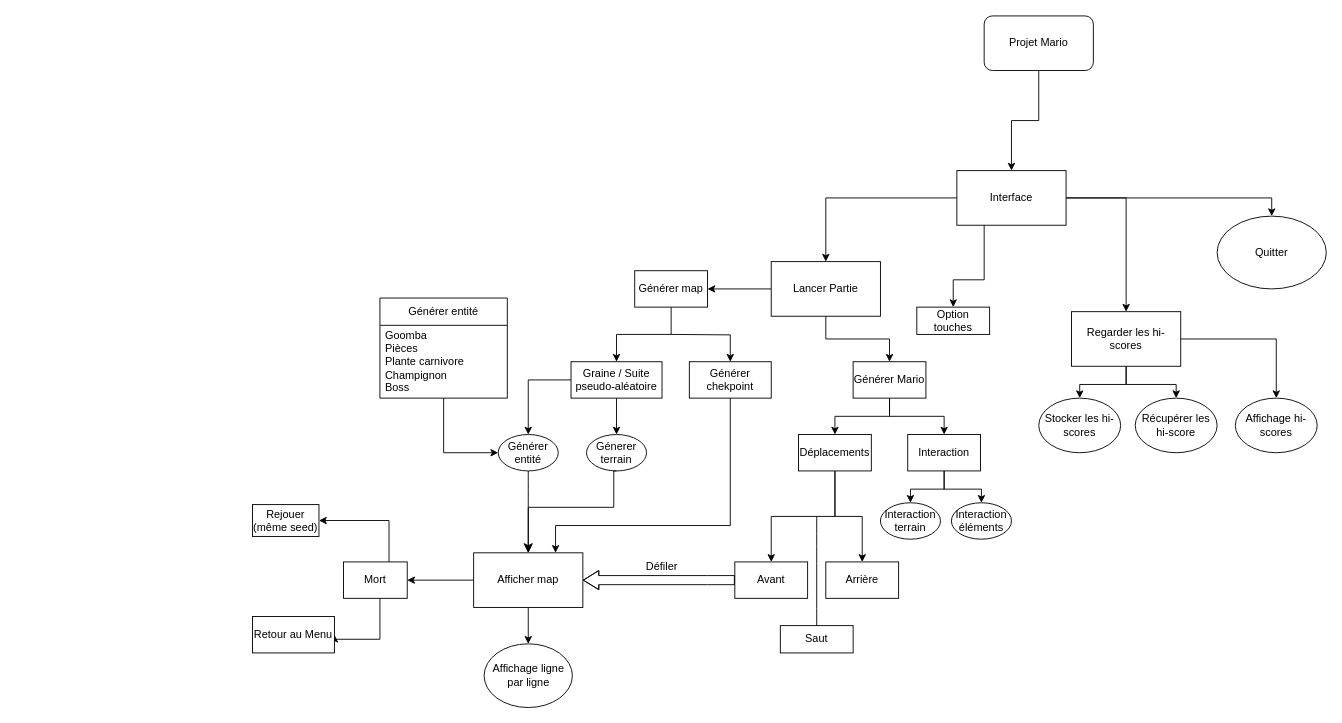
The draw.io diagram Diagramme_mario.drawio in Fanfnix/Projet_Mario, before the edit. Source tidied: cells renumbered, new cells numbered last; positions are measured from the earlier drawing's top-left corner, leaving out a move shared by most shapes. Both pictures are drawn from the tidied source at 91%, with x=0, y=0 at pixel (252, 15).
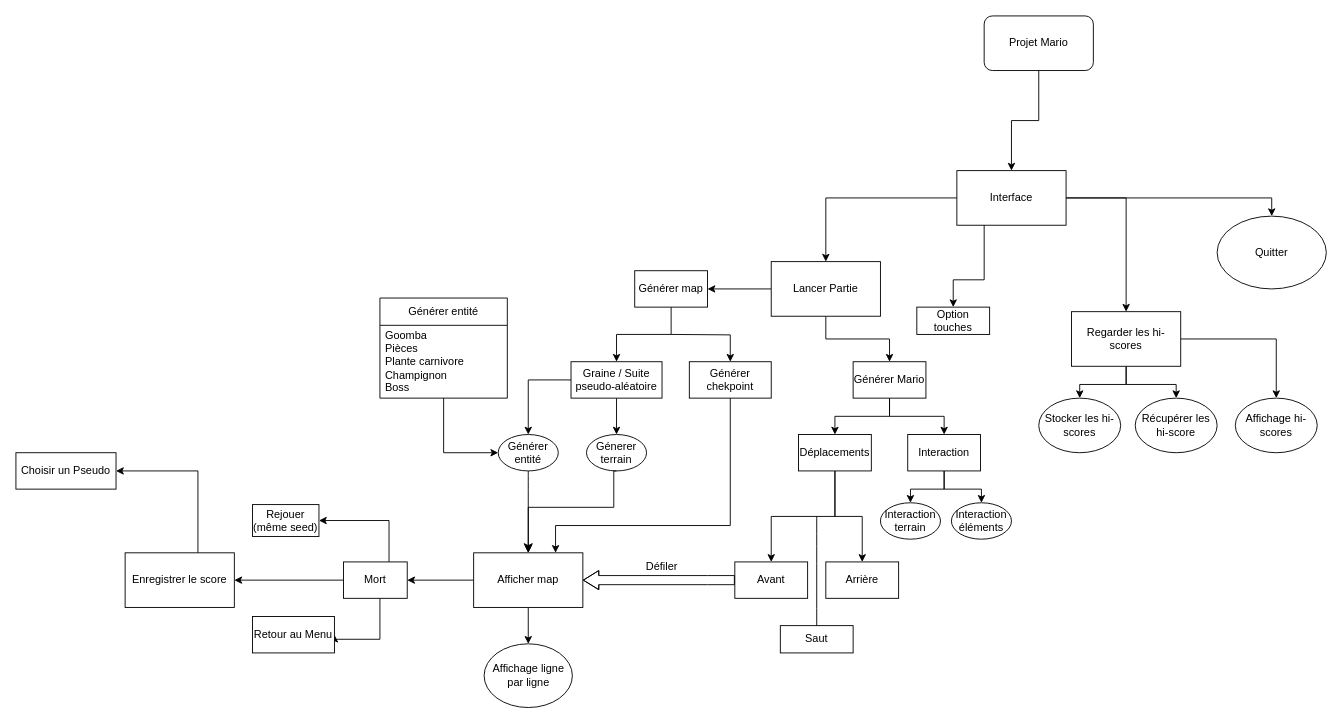
The same diagram, later.

The change refers to these unchanged cells:
```xml
<mxCell id="60" value="Mort" style="rounded=0;whiteSpace=wrap;html=1;" parent="1" vertex="1">
  <mxGeometry x="100" y="600" width="70" height="40" as="geometry" />
</mxCell>
```

The edit, as a diff of the source:
```diff
@@
+    <mxCell id="63" style="edgeStyle=orthogonalEdgeStyle;rounded=0;jettySize=auto;html=1;entryX=1;entryY=0.5;entryDx=0;entryDy=0;" parent="1" edge="1" source="60" target="65">
+      <mxGeometry relative="1" as="geometry" />
+    </mxCell>
@@
+    <mxCell id="64" style="edgeStyle=orthogonalEdgeStyle;rounded=0;jettySize=auto;html=1;entryX=1;entryY=0.5;entryDx=0;entryDy=0;" parent="1" edge="1" source="65" target="66">
+      <mxGeometry relative="1" as="geometry">
+        <Array as="points">
+          <mxPoint x="-60" y="500" />
+        </Array>
+      </mxGeometry>
+    </mxCell>
+    <mxCell id="65" value="Enregistrer le score" style="rounded=0;whiteSpace=wrap;html=1;" parent="1" vertex="1">
+      <mxGeometry x="-140" y="590" width="120" height="60" as="geometry" />
+    </mxCell>
+    <mxCell id="66" value="Choisir un Pseudo" style="rounded=0;whiteSpace=wrap;html=1;" parent="1" vertex="1">
+      <mxGeometry x="-260" y="480" width="110" height="40" as="geometry" />
+    </mxCell>
```
